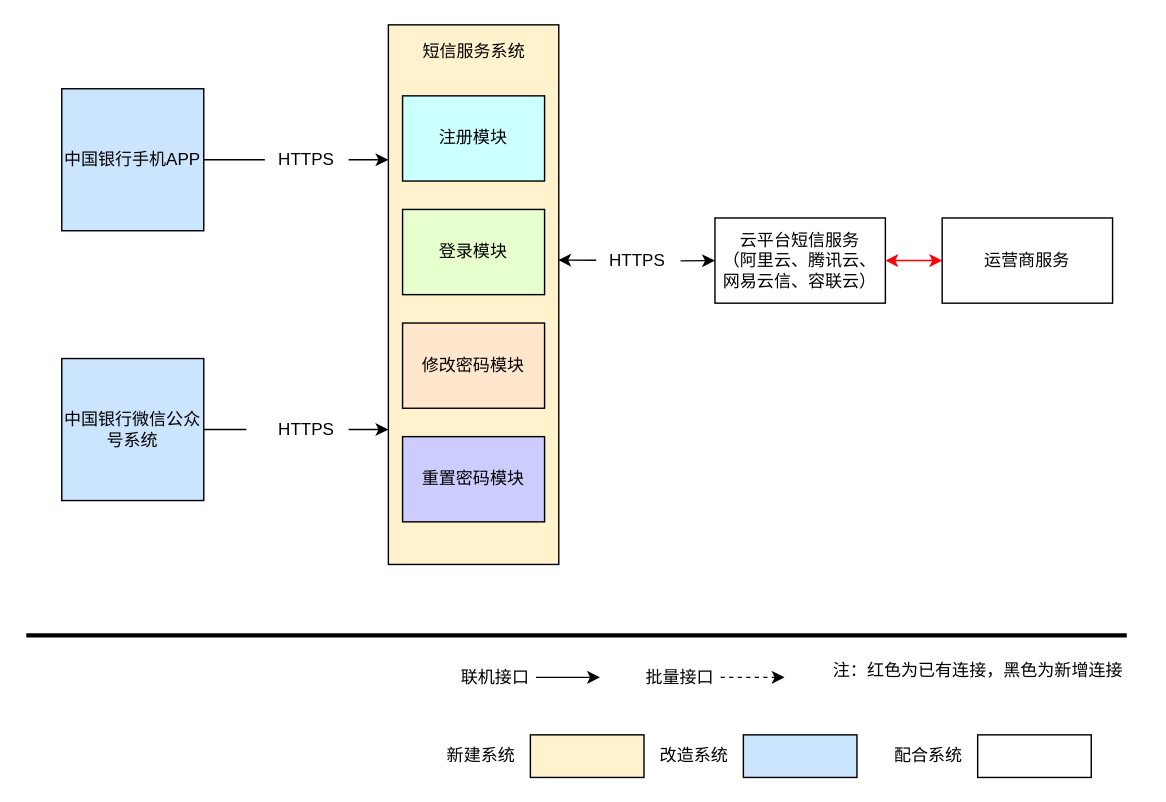
This is 整体架构图.drawio from Foward-Fu/Demo, a draw.io file, before an edit. Source tidied: cells renumbered, new cells numbered last; positions are measured from the earlier drawing's top-left corner, leaving out a move shared by most shapes. Both pictures are drawn from the tidied source at 142%, with x=0, y=0 at pixel (26, 24).
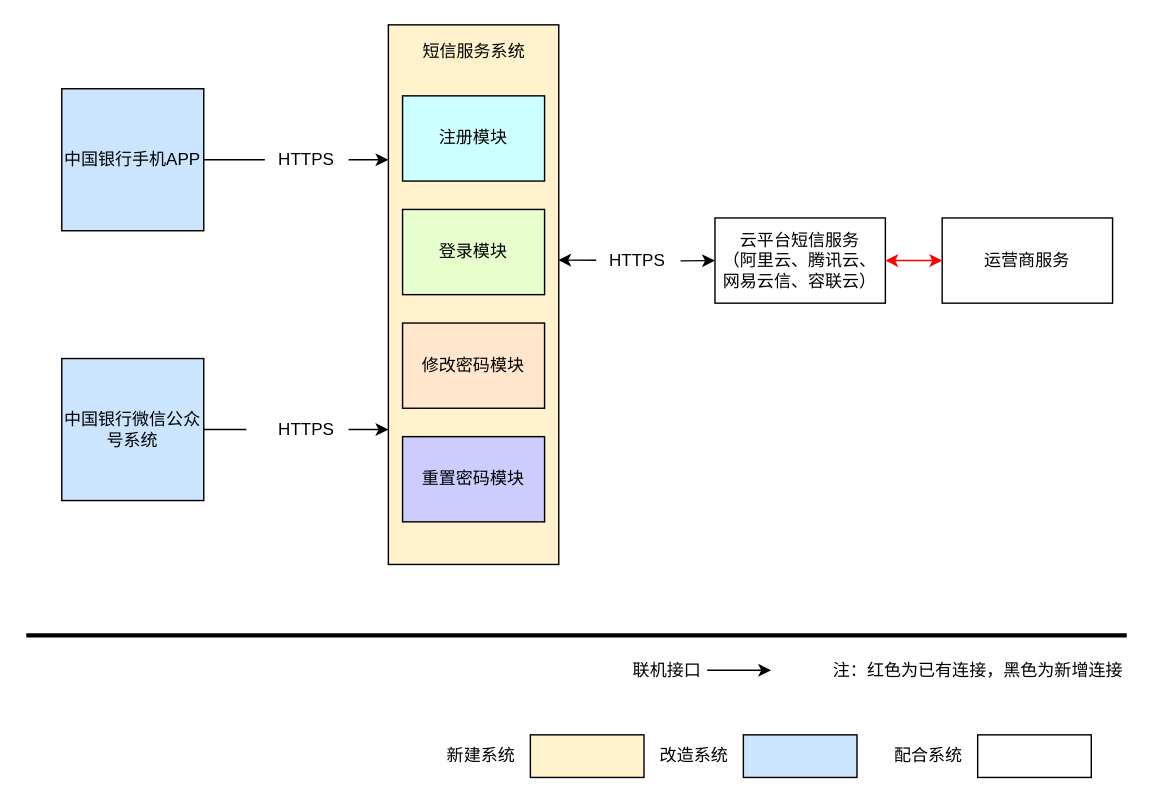
The same diagram, later.

Commit message:
更新整体架构图.drawio

Change to the diagram source:
```diff
@@
     <mxCell id="23" value="联机接口" style="text;html=1;align=center;verticalAlign=middle;fillColor=none;strokeColor=none;rounded=0;" parent="1" vertex="1">
-      <mxGeometry x="295" y="445" width="70" height="30" as="geometry" />
+      <mxGeometry x="415.5" y="440" width="70" height="30" as="geometry" />
     </mxCell>
     <mxCell id="24" style="endArrow=classic;html=1;rounded=0;strokeWidth=1;" parent="1" edge="1">
       <mxGeometry relative="1" as="geometry">
-        <mxPoint x="359" y="459.5" as="sourcePoint" />
-        <mxPoint x="404" y="459.5" as="targetPoint" />
+        <mxPoint x="479.5" y="454.5" as="sourcePoint" />
+        <mxPoint x="524.5" y="454.5" as="targetPoint" />
       </mxGeometry>
     </mxCell>
-    <mxCell id="25" value="批量接口" style="text;html=1;align=center;verticalAlign=middle;fillColor=none;strokeColor=none;rounded=0;" parent="1" vertex="1">
-      <mxGeometry x="425" y="445" width="70" height="30" as="geometry" />
-    </mxCell>
-    <mxCell id="26" style="endArrow=classic;html=1;rounded=0;strokeWidth=1;dashed=1;" parent="1" edge="1">
-      <mxGeometry relative="1" as="geometry">
-        <mxPoint x="489" y="459.5" as="sourcePoint" />
-        <mxPoint x="534" y="459.5" as="targetPoint" />
-      </mxGeometry>
-    </mxCell>
```
